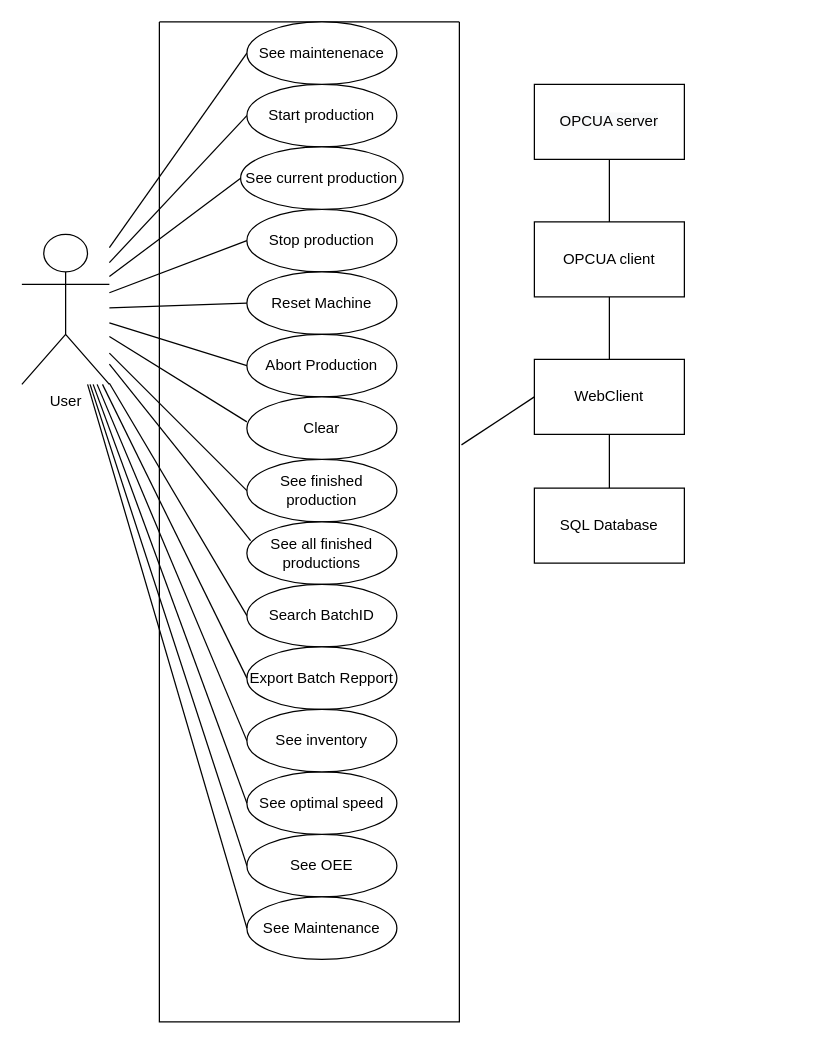
This is UseCase_general.drawio from sival19/BeerMachine, a draw.io file, before an edit. Source tidied: cells renumbered, new cells numbered last; positions are measured from the earlier drawing's top-left corner, leaving out a move shared by most shapes. Both pictures are drawn from the tidied source at 125%, with x=0, y=0 at pixel (21, 21).
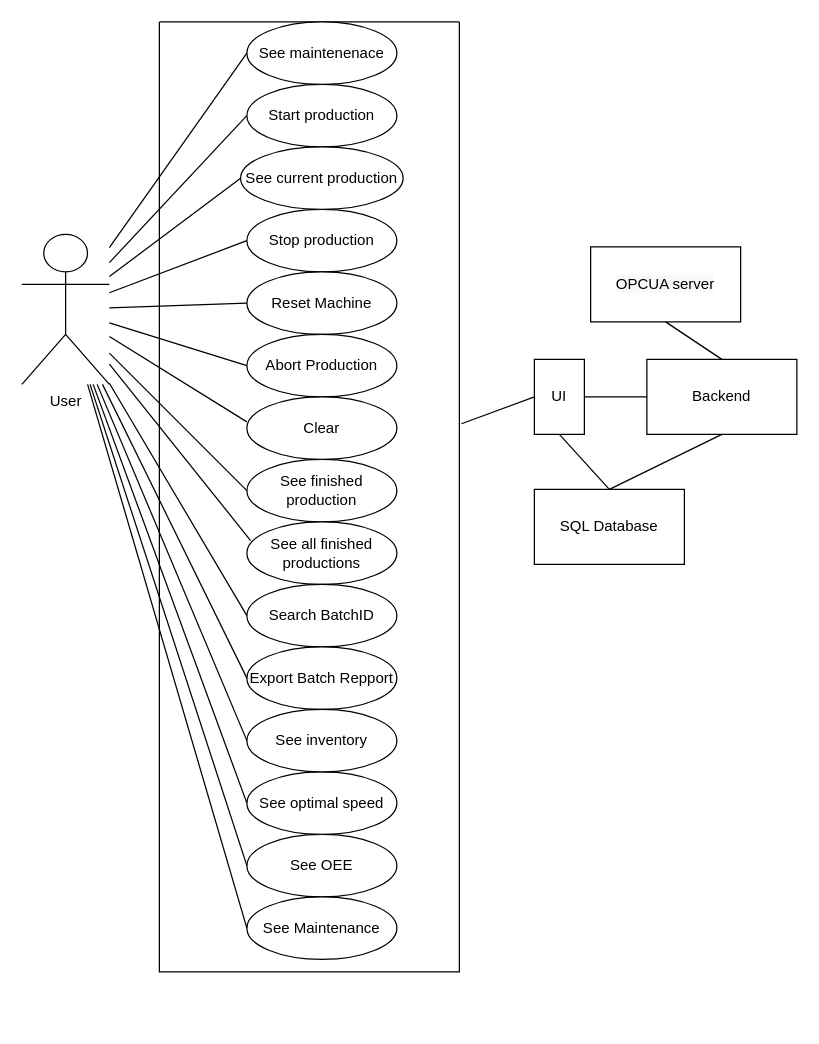
After the change.

What changed in the source:
```diff
@@
     <mxCell id="2" style="swimlane;startSize=0;" parent="1" vertex="1">
-      <mxGeometry x="110" width="240" height="800" as="geometry" />
+      <mxGeometry x="110" width="240" height="760" as="geometry" />
     </mxCell>
@@
     <mxCell id="19" value="&#10;&#10;&lt;span style=&quot;color: rgb(0, 0, 0); font-family: helvetica; font-size: 12px; font-style: normal; font-weight: 400; letter-spacing: normal; text-align: center; text-indent: 0px; text-transform: none; word-spacing: 0px; background-color: rgb(248, 249, 250); display: inline; float: none;&quot;&gt;OPCUA server&lt;/span&gt;&#10;&#10;" style="rounded=0;whiteSpace=wrap;html=1;" parent="1" vertex="1">
-      <mxGeometry x="410" y="50" width="120" height="60" as="geometry" />
+      <mxGeometry x="455" y="180" width="120" height="60" as="geometry" />
     </mxCell>
-    <mxCell id="20" style="edgeStyle=orthogonalEdgeStyle;rounded=0;jettySize=auto;html=1;entryX=0.5;entryY=1;entryDx=0;entryDy=0;endArrow=none;endFill=0;" parent="1" edge="1" source="21" target="34">
-      <mxGeometry relative="1" as="geometry" />
-    </mxCell>
     <mxCell id="21" value="&lt;span&gt;SQL Database&lt;/span&gt;" style="rounded=0;whiteSpace=wrap;html=1;" parent="1" vertex="1">
-      <mxGeometry x="410" y="373" width="120" height="60" as="geometry" />
+      <mxGeometry x="410" y="374" width="120" height="60" as="geometry" />
     </mxCell>
-    <mxCell id="22" value="OPCUA client" style="rounded=0;whiteSpace=wrap;html=1;" parent="1" vertex="1">
-      <mxGeometry x="410" y="160" width="120" height="60" as="geometry" />
+    <mxCell id="22" value="Backend" style="rounded=0;whiteSpace=wrap;html=1;" parent="1" vertex="1">
+      <mxGeometry x="500" y="270" width="120" height="60" as="geometry" />
     </mxCell>
@@
-    <mxCell id="32" style="endArrow=none;html=1;entryX=0.5;entryY=0;entryDx=0;entryDy=0;endFill=0;exitX=0.5;exitY=1;exitDx=0;exitDy=0;startArrow=none;startFill=0;" parent="1" edge="1" source="19" target="22">
-      <mxGeometry relative="1" as="geometry" />
-    </mxCell>
-    <mxCell id="33" style="edgeStyle=orthogonalEdgeStyle;rounded=0;jettySize=auto;html=1;exitX=0.5;exitY=0;exitDx=0;exitDy=0;entryX=0.5;entryY=1;entryDx=0;entryDy=0;startArrow=none;startFill=0;endArrow=none;endFill=0;strokeColor=default;" parent="1" edge="1" source="34" target="22">
-      <mxGeometry relative="1" as="geometry" />
-    </mxCell>
-    <mxCell id="34" value="WebClient" style="rounded=0;whiteSpace=wrap;html=1;" parent="1" vertex="1">
-      <mxGeometry x="410" y="270" width="120" height="60" as="geometry" />
+    <mxCell id="34" value="UI" style="rounded=0;whiteSpace=wrap;html=1;" parent="1" vertex="1">
+      <mxGeometry x="410" y="270" width="40" height="60" as="geometry" />
     </mxCell>
@@
+    <mxCell id="42" style="endArrow=none;html=1;exitX=0.5;exitY=0;exitDx=0;exitDy=0;entryX=0.5;entryY=1;entryDx=0;entryDy=0;" parent="1" edge="1" source="22" target="19">
+      <mxGeometry relative="1" as="geometry" />
+    </mxCell>
+    <mxCell id="43" style="endArrow=none;html=1;exitX=0.5;exitY=0;exitDx=0;exitDy=0;entryX=0.5;entryY=1;entryDx=0;entryDy=0;" parent="1" edge="1" source="21" target="22">
+      <mxGeometry relative="1" as="geometry" />
+    </mxCell>
+    <mxCell id="33" style="endArrow=none;html=1;exitX=1;exitY=0.5;exitDx=0;exitDy=0;entryX=0;entryY=0.5;entryDx=0;entryDy=0;" parent="1" edge="1" source="34" target="22">
+      <mxGeometry relative="1" as="geometry" />
+    </mxCell>
+    <mxCell id="44" style="endArrow=none;html=1;exitX=0.5;exitY=1;exitDx=0;exitDy=0;entryX=0.5;entryY=0;entryDx=0;entryDy=0;" parent="1" edge="1" source="34" target="21">
+      <mxGeometry relative="1" as="geometry" />
+    </mxCell>
```
